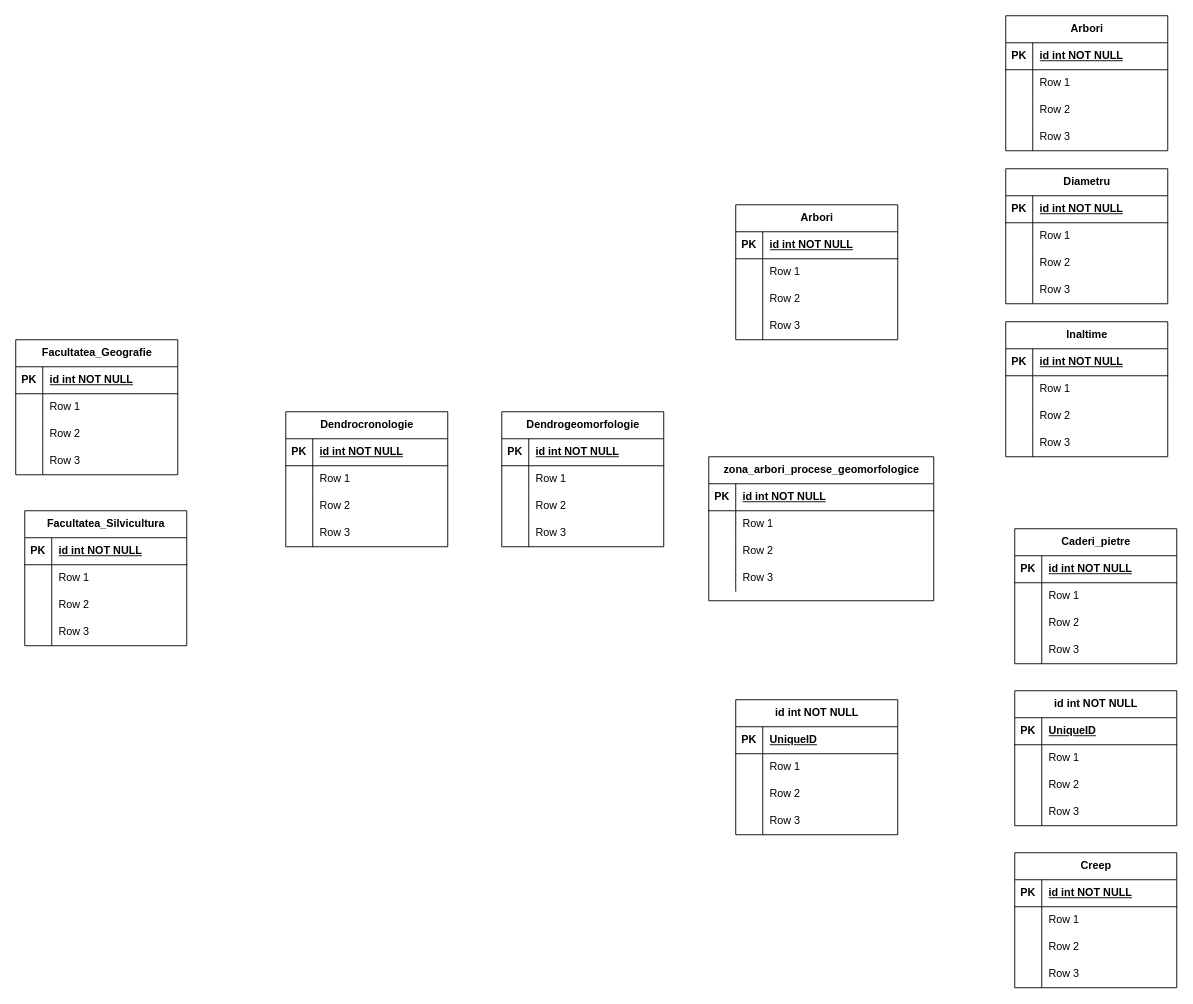
Earlier version of the draw.io diagram model_conceptual.drawio (cristian19122001/examen_sem_1_db). Source tidied: cells renumbered, new cells numbered last; positions are measured from the earlier drawing's top-left corner, leaving out a move shared by most shapes. Both pictures are drawn from the tidied source at 90%, with x=0, y=0 at pixel (15, 15).
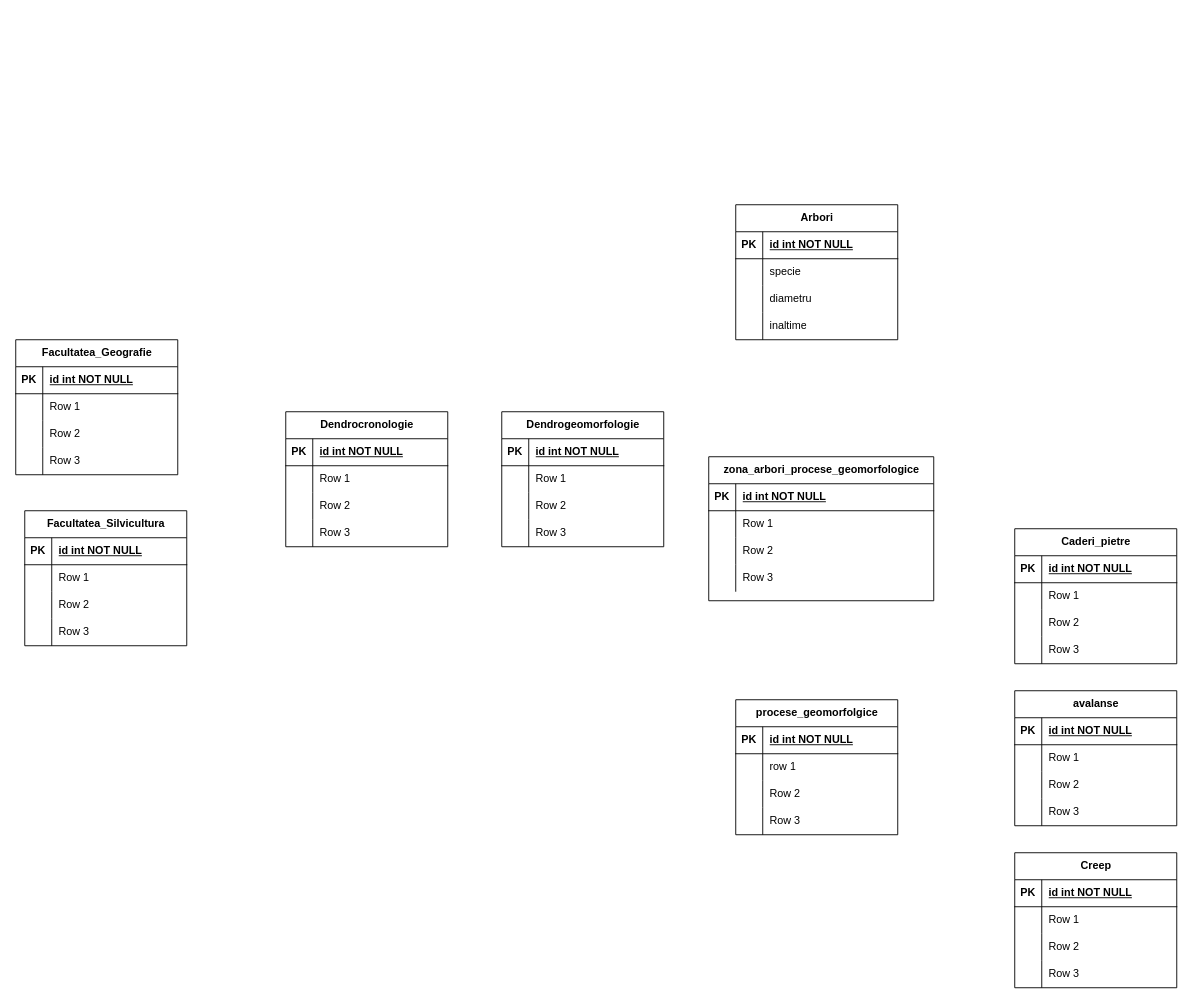
Above is the later version.

Unchanged cells that the change refers to:
```xml
<mxCell id="32" style="shape=tableRow;horizontal=0;startSize=0;swimlaneHead=0;swimlaneBody=0;fillColor=none;top=0;left=0;right=0;bottom=0;" parent="28" vertex="1">
  <mxGeometry y="60" width="180" height="30" as="geometry" />
</mxCell>
<mxCell id="35" style="shape=tableRow;horizontal=0;startSize=0;swimlaneHead=0;swimlaneBody=0;fillColor=none;top=0;left=0;right=0;bottom=0;" parent="28" vertex="1">
  <mxGeometry y="90" width="180" height="30" as="geometry" />
</mxCell>
<mxCell id="38" style="shape=tableRow;horizontal=0;startSize=0;swimlaneHead=0;swimlaneBody=0;fillColor=none;top=0;left=0;right=0;bottom=0;" parent="28" vertex="1">
  <mxGeometry y="120" width="180" height="30" as="geometry" />
</mxCell>
<mxCell id="55" style="shape=tableRow;horizontal=0;startSize=0;swimlaneHead=0;swimlaneBody=0;fillColor=none;top=0;left=0;right=0;bottom=1;" parent="54" vertex="1">
  <mxGeometry y="30" width="180" height="30" as="geometry" />
</mxCell>
<mxCell id="58" style="shape=tableRow;horizontal=0;startSize=0;swimlaneHead=0;swimlaneBody=0;fillColor=none;top=0;left=0;right=0;bottom=0;" parent="54" vertex="1">
  <mxGeometry y="60" width="180" height="30" as="geometry" />
</mxCell>
<mxCell id="133" style="shape=tableRow;horizontal=0;startSize=0;swimlaneHead=0;swimlaneBody=0;fillColor=none;top=0;left=0;right=0;bottom=1;" parent="132" vertex="1">
  <mxGeometry y="30" width="180" height="30" as="geometry" />
</mxCell>
```

Diff of the diagram source:
```diff
@@
-    <mxCell id="34" value="Row 1" style="shape=partialRectangle;fillColor=none;top=0;left=0;bottom=0;right=0;align=left;spacingLeft=6;overflow=hidden;whiteSpace=wrap;html=1;" parent="32" vertex="1">
+    <mxCell id="34" value="specie" style="shape=partialRectangle;fillColor=none;top=0;left=0;bottom=0;right=0;align=left;spacingLeft=6;overflow=hidden;whiteSpace=wrap;html=1;" parent="32" vertex="1">
       <mxGeometry x="30" width="150" height="30" as="geometry" />
     </mxCell>
@@
-    <mxCell id="37" value="Row 2" style="shape=partialRectangle;fillColor=none;top=0;left=0;bottom=0;right=0;align=left;spacingLeft=6;overflow=hidden;whiteSpace=wrap;html=1;" parent="35" vertex="1">
+    <mxCell id="37" value="diametru" style="shape=partialRectangle;fillColor=none;top=0;left=0;bottom=0;right=0;align=left;spacingLeft=6;overflow=hidden;whiteSpace=wrap;html=1;" parent="35" vertex="1">
       <mxGeometry x="30" width="150" height="30" as="geometry" />
     </mxCell>
@@
-    <mxCell id="40" value="Row 3" style="shape=partialRectangle;fillColor=none;top=0;left=0;bottom=0;right=0;align=left;spacingLeft=6;overflow=hidden;whiteSpace=wrap;html=1;" parent="38" vertex="1">
+    <mxCell id="40" value="inaltime" style="shape=partialRectangle;fillColor=none;top=0;left=0;bottom=0;right=0;align=left;spacingLeft=6;overflow=hidden;whiteSpace=wrap;html=1;" parent="38" vertex="1">
       <mxGeometry x="30" width="150" height="30" as="geometry" />
     </mxCell>
@@
-    <mxCell id="54" value="id int NOT NULL" style="shape=table;startSize=30;childLayout=tableLayout;rowLines=0;fontStyle=1;align=center;html=1;" parent="1" vertex="1">
+    <mxCell id="54" value="procese_geomorfolgice" style="shape=table;startSize=30;childLayout=tableLayout;rowLines=0;fontStyle=1;align=center;html=1;" parent="1" vertex="1">
       <mxGeometry x="800" y="760" width="180" height="150" as="geometry" />
     </mxCell>
@@
-    <mxCell id="57" value="UniqueID" style="shape=partialRectangle;fillColor=none;top=0;left=0;bottom=0;right=0;align=left;spacingLeft=6;fontStyle=5;overflow=hidden;whiteSpace=wrap;html=1;" parent="55" vertex="1">
+    <mxCell id="57" value="id int NOT NULL" style="shape=partialRectangle;fillColor=none;top=0;left=0;bottom=0;right=0;align=left;spacingLeft=6;fontStyle=5;overflow=hidden;whiteSpace=wrap;html=1;" parent="55" vertex="1">
       <mxGeometry x="30" width="150" height="30" as="geometry" />
     </mxCell>
@@
-    <mxCell id="60" value="Row 1" style="shape=partialRectangle;fillColor=none;top=0;left=0;bottom=0;right=0;align=left;spacingLeft=6;overflow=hidden;whiteSpace=wrap;html=1;" parent="58" vertex="1">
+    <mxCell id="60" value="row 1" style="shape=partialRectangle;fillColor=none;top=0;left=0;bottom=0;right=0;align=left;spacingLeft=6;overflow=hidden;whiteSpace=wrap;html=1;" parent="58" vertex="1">
       <mxGeometry x="30" width="150" height="30" as="geometry" />
     </mxCell>
@@
-    <mxCell id="80" value="Inaltime" style="shape=table;startSize=30;childLayout=tableLayout;rowLines=0;fontStyle=1;align=center;html=1;" parent="1" vertex="1">
-      <mxGeometry x="1100" y="340" width="180" height="150" as="geometry" />
-    </mxCell>
-    <mxCell id="81" style="shape=tableRow;horizontal=0;startSize=0;swimlaneHead=0;swimlaneBody=0;fillColor=none;top=0;left=0;right=0;bottom=1;" parent="80" vertex="1">
-      <mxGeometry y="30" width="180" height="30" as="geometry" />
-    </mxCell>
-    <mxCell id="82" value="PK" style="shape=partialRectangle;fillColor=none;top=0;left=0;bottom=0;right=0;fontStyle=1;overflow=hidden;whiteSpace=wrap;html=1;" parent="81" vertex="1">
-      <mxGeometry width="30" height="30" as="geometry" />
-    </mxCell>
-    <mxCell id="83" value="id int NOT NULL" style="shape=partialRectangle;fillColor=none;top=0;left=0;bottom=0;right=0;align=left;spacingLeft=6;fontStyle=5;overflow=hidden;whiteSpace=wrap;html=1;" parent="81" vertex="1">
-      <mxGeometry x="30" width="150" height="30" as="geometry" />
-    </mxCell>
-    <mxCell id="84" style="shape=tableRow;horizontal=0;startSize=0;swimlaneHead=0;swimlaneBody=0;fillColor=none;top=0;left=0;right=0;bottom=0;" parent="80" vertex="1">
-      <mxGeometry y="60" width="180" height="30" as="geometry" />
-    </mxCell>
-    <mxCell id="85" style="shape=partialRectangle;fillColor=none;top=0;left=0;bottom=0;right=0;overflow=hidden;whiteSpace=wrap;html=1;" parent="84" vertex="1">
-      <mxGeometry width="30" height="30" as="geometry" />
-    </mxCell>
-    <mxCell id="86" value="Row 1" style="shape=partialRectangle;fillColor=none;top=0;left=0;bottom=0;right=0;align=left;spacingLeft=6;overflow=hidden;whiteSpace=wrap;html=1;" parent="84" vertex="1">
-      <mxGeometry x="30" width="150" height="30" as="geometry" />
-    </mxCell>
-    <mxCell id="87" style="shape=tableRow;horizontal=0;startSize=0;swimlaneHead=0;swimlaneBody=0;fillColor=none;top=0;left=0;right=0;bottom=0;" parent="80" vertex="1">
-      <mxGeometry y="90" width="180" height="30" as="geometry" />
-    </mxCell>
-    <mxCell id="88" style="shape=partialRectangle;fillColor=none;top=0;left=0;bottom=0;right=0;overflow=hidden;whiteSpace=wrap;html=1;" parent="87" vertex="1">
-      <mxGeometry width="30" height="30" as="geometry" />
-    </mxCell>
-    <mxCell id="89" value="Row 2" style="shape=partialRectangle;fillColor=none;top=0;left=0;bottom=0;right=0;align=left;spacingLeft=6;overflow=hidden;whiteSpace=wrap;html=1;" parent="87" vertex="1">
-      <mxGeometry x="30" width="150" height="30" as="geometry" />
-    </mxCell>
-    <mxCell id="90" style="shape=tableRow;horizontal=0;startSize=0;swimlaneHead=0;swimlaneBody=0;fillColor=none;top=0;left=0;right=0;bottom=0;" parent="80" vertex="1">
-      <mxGeometry y="120" width="180" height="30" as="geometry" />
-    </mxCell>
-    <mxCell id="91" style="shape=partialRectangle;fillColor=none;top=0;left=0;bottom=0;right=0;overflow=hidden;whiteSpace=wrap;html=1;" parent="90" vertex="1">
-      <mxGeometry width="30" height="30" as="geometry" />
-    </mxCell>
-    <mxCell id="92" value="Row 3" style="shape=partialRectangle;fillColor=none;top=0;left=0;bottom=0;right=0;align=left;spacingLeft=6;overflow=hidden;whiteSpace=wrap;html=1;" parent="90" vertex="1">
-      <mxGeometry x="30" width="150" height="30" as="geometry" />
-    </mxCell>
-    <mxCell id="93" value="Diametru" style="shape=table;startSize=30;childLayout=tableLayout;rowLines=0;fontStyle=1;align=center;html=1;" parent="1" vertex="1">
-      <mxGeometry x="1100" y="170" width="180" height="150" as="geometry" />
-    </mxCell>
-    <mxCell id="94" style="shape=tableRow;horizontal=0;startSize=0;swimlaneHead=0;swimlaneBody=0;fillColor=none;top=0;left=0;right=0;bottom=1;" parent="93" vertex="1">
-      <mxGeometry y="30" width="180" height="30" as="geometry" />
-    </mxCell>
-    <mxCell id="95" value="PK" style="shape=partialRectangle;fillColor=none;top=0;left=0;bottom=0;right=0;fontStyle=1;overflow=hidden;whiteSpace=wrap;html=1;" parent="94" vertex="1">
-      <mxGeometry width="30" height="30" as="geometry" />
-    </mxCell>
-    <mxCell id="96" value="id int NOT NULL" style="shape=partialRectangle;fillColor=none;top=0;left=0;bottom=0;right=0;align=left;spacingLeft=6;fontStyle=5;overflow=hidden;whiteSpace=wrap;html=1;" parent="94" vertex="1">
-      <mxGeometry x="30" width="150" height="30" as="geometry" />
-    </mxCell>
-    <mxCell id="97" style="shape=tableRow;horizontal=0;startSize=0;swimlaneHead=0;swimlaneBody=0;fillColor=none;top=0;left=0;right=0;bottom=0;" parent="93" vertex="1">
-      <mxGeometry y="60" width="180" height="30" as="geometry" />
-    </mxCell>
-    <mxCell id="98" style="shape=partialRectangle;fillColor=none;top=0;left=0;bottom=0;right=0;overflow=hidden;whiteSpace=wrap;html=1;" parent="97" vertex="1">
-      <mxGeometry width="30" height="30" as="geometry" />
-    </mxCell>
-    <mxCell id="99" value="Row 1" style="shape=partialRectangle;fillColor=none;top=0;left=0;bottom=0;right=0;align=left;spacingLeft=6;overflow=hidden;whiteSpace=wrap;html=1;" parent="97" vertex="1">
-      <mxGeometry x="30" width="150" height="30" as="geometry" />
-    </mxCell>
-    <mxCell id="100" style="shape=tableRow;horizontal=0;startSize=0;swimlaneHead=0;swimlaneBody=0;fillColor=none;top=0;left=0;right=0;bottom=0;" parent="93" vertex="1">
-      <mxGeometry y="90" width="180" height="30" as="geometry" />
-    </mxCell>
-    <mxCell id="101" style="shape=partialRectangle;fillColor=none;top=0;left=0;bottom=0;right=0;overflow=hidden;whiteSpace=wrap;html=1;" parent="100" vertex="1">
-      <mxGeometry width="30" height="30" as="geometry" />
-    </mxCell>
-    <mxCell id="102" value="Row 2" style="shape=partialRectangle;fillColor=none;top=0;left=0;bottom=0;right=0;align=left;spacingLeft=6;overflow=hidden;whiteSpace=wrap;html=1;" parent="100" vertex="1">
-      <mxGeometry x="30" width="150" height="30" as="geometry" />
-    </mxCell>
-    <mxCell id="103" style="shape=tableRow;horizontal=0;startSize=0;swimlaneHead=0;swimlaneBody=0;fillColor=none;top=0;left=0;right=0;bottom=0;" parent="93" vertex="1">
-      <mxGeometry y="120" width="180" height="30" as="geometry" />
-    </mxCell>
-    <mxCell id="104" style="shape=partialRectangle;fillColor=none;top=0;left=0;bottom=0;right=0;overflow=hidden;whiteSpace=wrap;html=1;" parent="103" vertex="1">
-      <mxGeometry width="30" height="30" as="geometry" />
-    </mxCell>
-    <mxCell id="105" value="Row 3" style="shape=partialRectangle;fillColor=none;top=0;left=0;bottom=0;right=0;align=left;spacingLeft=6;overflow=hidden;whiteSpace=wrap;html=1;" parent="103" vertex="1">
-      <mxGeometry x="30" width="150" height="30" as="geometry" />
-    </mxCell>
-    <mxCell id="106" value="Arbori" style="shape=table;startSize=30;childLayout=tableLayout;rowLines=0;fontStyle=1;align=center;html=1;" parent="1" vertex="1">
-      <mxGeometry x="1100" width="180" height="150" as="geometry" />
-    </mxCell>
-    <mxCell id="107" style="shape=tableRow;horizontal=0;startSize=0;swimlaneHead=0;swimlaneBody=0;fillColor=none;top=0;left=0;right=0;bottom=1;" parent="106" vertex="1">
-      <mxGeometry y="30" width="180" height="30" as="geometry" />
-    </mxCell>
-    <mxCell id="108" value="PK" style="shape=partialRectangle;fillColor=none;top=0;left=0;bottom=0;right=0;fontStyle=1;overflow=hidden;whiteSpace=wrap;html=1;" parent="107" vertex="1">
-      <mxGeometry width="30" height="30" as="geometry" />
-    </mxCell>
-    <mxCell id="109" value="id int NOT NULL" style="shape=partialRectangle;fillColor=none;top=0;left=0;bottom=0;right=0;align=left;spacingLeft=6;fontStyle=5;overflow=hidden;whiteSpace=wrap;html=1;" parent="107" vertex="1">
-      <mxGeometry x="30" width="150" height="30" as="geometry" />
-    </mxCell>
-    <mxCell id="110" style="shape=tableRow;horizontal=0;startSize=0;swimlaneHead=0;swimlaneBody=0;fillColor=none;top=0;left=0;right=0;bottom=0;" parent="106" vertex="1">
-      <mxGeometry y="60" width="180" height="30" as="geometry" />
-    </mxCell>
-    <mxCell id="111" style="shape=partialRectangle;fillColor=none;top=0;left=0;bottom=0;right=0;overflow=hidden;whiteSpace=wrap;html=1;" parent="110" vertex="1">
-      <mxGeometry width="30" height="30" as="geometry" />
-    </mxCell>
-    <mxCell id="112" value="Row 1" style="shape=partialRectangle;fillColor=none;top=0;left=0;bottom=0;right=0;align=left;spacingLeft=6;overflow=hidden;whiteSpace=wrap;html=1;" parent="110" vertex="1">
-      <mxGeometry x="30" width="150" height="30" as="geometry" />
-    </mxCell>
-    <mxCell id="113" style="shape=tableRow;horizontal=0;startSize=0;swimlaneHead=0;swimlaneBody=0;fillColor=none;top=0;left=0;right=0;bottom=0;" parent="106" vertex="1">
-      <mxGeometry y="90" width="180" height="30" as="geometry" />
-    </mxCell>
-    <mxCell id="114" style="shape=partialRectangle;fillColor=none;top=0;left=0;bottom=0;right=0;overflow=hidden;whiteSpace=wrap;html=1;" parent="113" vertex="1">
-      <mxGeometry width="30" height="30" as="geometry" />
-    </mxCell>
-    <mxCell id="115" value="Row 2" style="shape=partialRectangle;fillColor=none;top=0;left=0;bottom=0;right=0;align=left;spacingLeft=6;overflow=hidden;whiteSpace=wrap;html=1;" parent="113" vertex="1">
-      <mxGeometry x="30" width="150" height="30" as="geometry" />
-    </mxCell>
-    <mxCell id="116" style="shape=tableRow;horizontal=0;startSize=0;swimlaneHead=0;swimlaneBody=0;fillColor=none;top=0;left=0;right=0;bottom=0;" parent="106" vertex="1">
-      <mxGeometry y="120" width="180" height="30" as="geometry" />
-    </mxCell>
-    <mxCell id="117" style="shape=partialRectangle;fillColor=none;top=0;left=0;bottom=0;right=0;overflow=hidden;whiteSpace=wrap;html=1;" parent="116" vertex="1">
-      <mxGeometry width="30" height="30" as="geometry" />
-    </mxCell>
-    <mxCell id="118" value="Row 3" style="shape=partialRectangle;fillColor=none;top=0;left=0;bottom=0;right=0;align=left;spacingLeft=6;overflow=hidden;whiteSpace=wrap;html=1;" parent="116" vertex="1">
-      <mxGeometry x="30" width="150" height="30" as="geometry" />
-    </mxCell>
@@
-    <mxCell id="132" value="id int NOT NULL" style="shape=table;startSize=30;childLayout=tableLayout;rowLines=0;fontStyle=1;align=center;html=1;" parent="1" vertex="1">
+    <mxCell id="132" value="avalanse" style="shape=table;startSize=30;childLayout=tableLayout;rowLines=0;fontStyle=1;align=center;html=1;" parent="1" vertex="1">
       <mxGeometry x="1110" y="750" width="180" height="150" as="geometry" />
     </mxCell>
@@
-    <mxCell id="135" value="UniqueID" style="shape=partialRectangle;fillColor=none;top=0;left=0;bottom=0;right=0;align=left;spacingLeft=6;fontStyle=5;overflow=hidden;whiteSpace=wrap;html=1;" parent="133" vertex="1">
+    <mxCell id="135" value="id int NOT NULL" style="shape=partialRectangle;fillColor=none;top=0;left=0;bottom=0;right=0;align=left;spacingLeft=6;fontStyle=5;overflow=hidden;whiteSpace=wrap;html=1;" parent="133" vertex="1">
       <mxGeometry x="30" width="150" height="30" as="geometry" />
     </mxCell>
```
